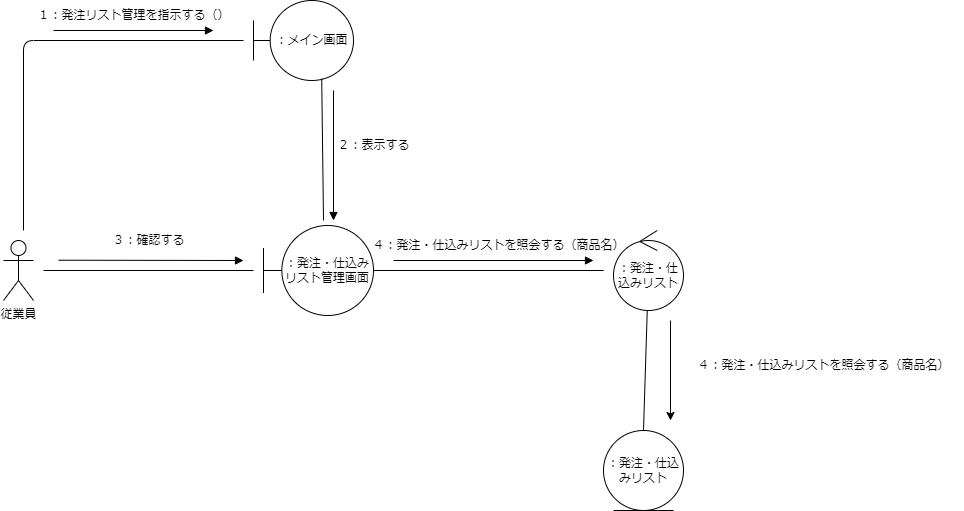
This is psp4/コミュニケーション図/コミュニケーション図_発注・仕込みリスト.drawio.png from MasakiHiguchi/---, a draw.io export, as it was before one commit. Source tidied: cells renumbered, new cells last; positions are measured from the earlier drawing's top-left corner, leaving out a move shared by most shapes.
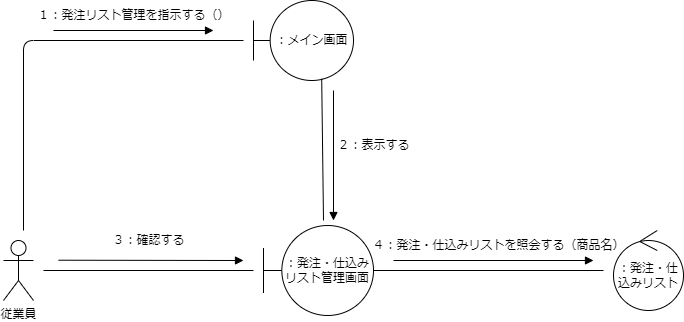
Above is the later version.

Diff of the diagram source:
```diff
@@ -23,9 +23,6 @@
     <mxCell id="5" value="：メイン画面" style="shape=umlBoundary;whiteSpace=wrap;html=1;" parent="1" vertex="1">
       <mxGeometry x="250" width="100" height="80" as="geometry" />
     </mxCell>
-    <mxCell id="6" style="edgeStyle=none;html=1;entryX=0.5;entryY=0;entryDx=0;entryDy=0;endArrow=none;endFill=0;" parent="1" edge="1" source="7" target="19">
-      <mxGeometry relative="1" as="geometry" />
-    </mxCell>
     <mxCell id="7" value="：発注・仕込みリスト" style="ellipse;shape=umlControl;whiteSpace=wrap;html=1;" parent="1" vertex="1">
       <mxGeometry x="610" y="230" width="70" height="80" as="geometry" />
     </mxCell>
@@ -79,17 +76,5 @@
     <mxCell id="18" value="４：発注・仕込みリストを照会する（商品名）" style="text;html=1;align=center;verticalAlign=middle;strokeColor=none;fillColor=none;" parent="1" vertex="1">
       <mxGeometry x="355" y="230" width="280" height="30" as="geometry" />
     </mxCell>
-    <mxCell id="19" value="：発注・仕込みリスト" style="ellipse;shape=umlEntity;whiteSpace=wrap;html=1;" parent="1" vertex="1">
-      <mxGeometry x="600" y="430" width="80" height="80" as="geometry" />
-    </mxCell>
-    <mxCell id="20" style="endArrow=classic;html=1;" parent="1" edge="1">
-      <mxGeometry relative="1" as="geometry">
-        <mxPoint x="667" y="320" as="sourcePoint" />
-        <mxPoint x="667" y="420" as="targetPoint" />
-      </mxGeometry>
-    </mxCell>
-    <mxCell id="21" value="４：発注・仕込みリストを照会する（商品名）" style="text;html=1;align=center;verticalAlign=middle;strokeColor=none;fillColor=none;" parent="1" vertex="1">
-      <mxGeometry x="680" y="350" width="280" height="30" as="geometry" />
-    </mxCell>
   </root>
 </mxGraphModel>
```
